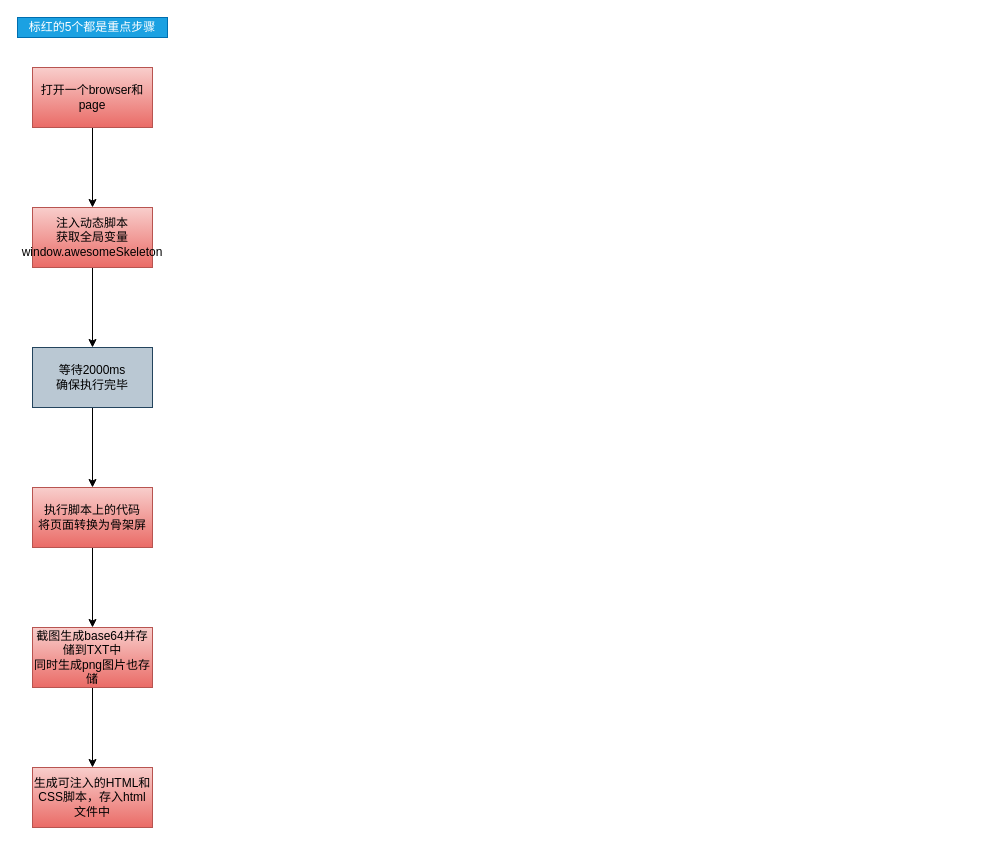
Above: page "Page-1" (2 of 2) of doc/基本流程.drawio in Cecilia-Hee/panda-skeleton (draw.io), before the change. Source tidied: cells renumbered, new cells numbered last; positions are measured from the earlier drawing's top-left corner, leaving out a move shared by most shapes. Both pictures are drawn from the tidied source at 100%, with x=0, y=0 at pixel (17, 17).
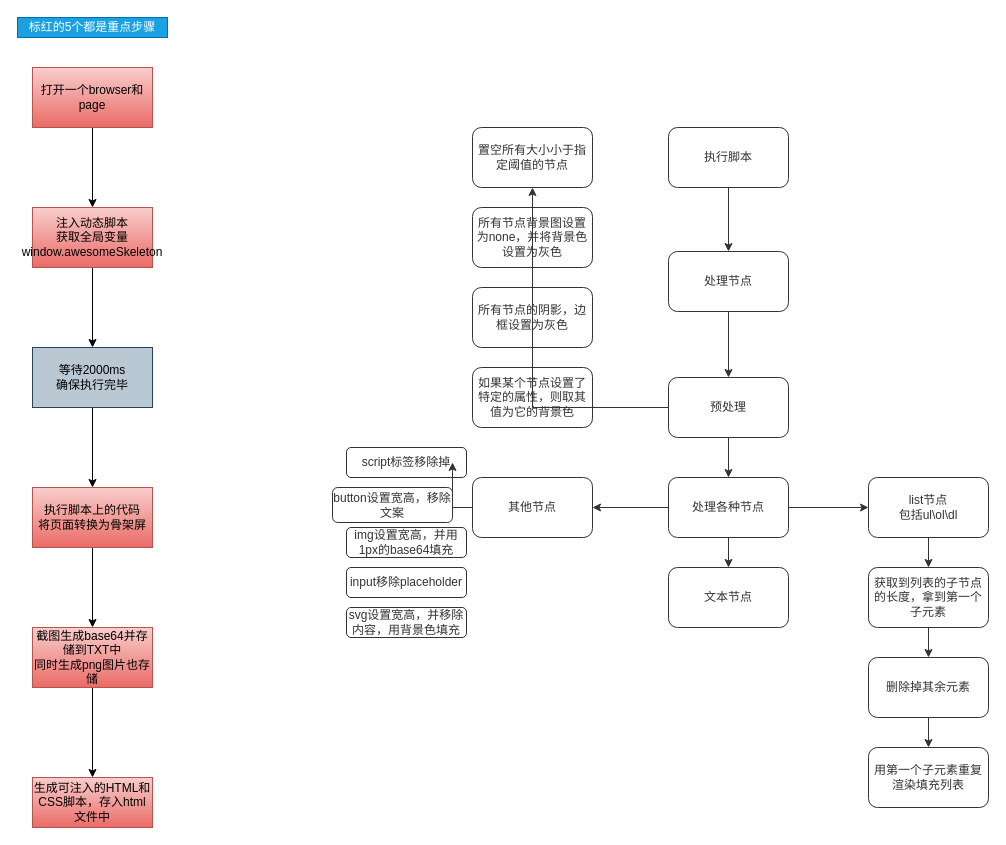
Above is the later version.

What changed in the source:
```diff
@@
     <mxCell id="12" value="生成可注入的HTML和CSS脚本，存入html文件中" style="rounded=0;whiteSpace=wrap;html=1;gradientColor=#ea6b66;fillColor=#f8cecc;strokeColor=#b85450;" parent="1" vertex="1">
-      <mxGeometry x="15" y="750" width="120" height="60" as="geometry" />
+      <mxGeometry x="15" y="760" width="120" height="50" as="geometry" />
     </mxCell>
@@
+    <mxCell id="14" style="edgeStyle=orthogonalEdgeStyle;rounded=0;jettySize=auto;html=1;fontColor=#333333;fillColor=none;strokeColor=#333333;labelBackgroundColor=none;" parent="1" edge="1" source="15" target="17">
+      <mxGeometry relative="1" as="geometry" />
+    </mxCell>
+    <mxCell id="15" value="执行脚本" style="rounded=1;whiteSpace=wrap;html=1;fillColor=none;strokeColor=#333333;fontColor=#333333;labelBackgroundColor=none;" parent="1" vertex="1">
+      <mxGeometry x="651" y="110" width="120" height="60" as="geometry" />
+    </mxCell>
+    <mxCell id="16" style="edgeStyle=orthogonalEdgeStyle;rounded=0;jettySize=auto;html=1;fontColor=#333333;fillColor=none;strokeColor=#333333;labelBackgroundColor=none;" parent="1" edge="1" source="17" target="20">
+      <mxGeometry relative="1" as="geometry" />
+    </mxCell>
+    <mxCell id="17" value="处理节点" style="rounded=1;whiteSpace=wrap;html=1;fillColor=none;strokeColor=#333333;fontColor=#333333;labelBackgroundColor=none;" parent="1" vertex="1">
+      <mxGeometry x="651" y="234" width="120" height="60" as="geometry" />
+    </mxCell>
+    <mxCell id="18" style="edgeStyle=orthogonalEdgeStyle;rounded=0;jettySize=auto;html=1;fontColor=#333333;fillColor=none;strokeColor=#333333;labelBackgroundColor=none;" parent="1" edge="1" source="20" target="36">
+      <mxGeometry relative="1" as="geometry" />
+    </mxCell>
+    <mxCell id="19" style="edgeStyle=orthogonalEdgeStyle;rounded=0;jettySize=auto;html=1;fontColor=#333333;fillColor=none;strokeColor=#333333;labelBackgroundColor=none;" parent="1" edge="1" source="20" target="24">
+      <mxGeometry relative="1" as="geometry" />
+    </mxCell>
+    <mxCell id="20" value="预处理" style="rounded=1;whiteSpace=wrap;html=1;fillColor=none;strokeColor=#333333;fontColor=#333333;labelBackgroundColor=none;" parent="1" vertex="1">
+      <mxGeometry x="651" y="360" width="120" height="60" as="geometry" />
+    </mxCell>
+    <mxCell id="21" style="edgeStyle=orthogonalEdgeStyle;rounded=0;jettySize=auto;html=1;fontColor=#333333;fillColor=none;strokeColor=#333333;labelBackgroundColor=none;" parent="1" edge="1" source="24" target="34">
+      <mxGeometry relative="1" as="geometry" />
+    </mxCell>
+    <mxCell id="22" style="edgeStyle=orthogonalEdgeStyle;rounded=0;jettySize=auto;html=1;fontColor=#333333;fillColor=none;strokeColor=#333333;labelBackgroundColor=none;" parent="1" edge="1" source="24" target="32">
+      <mxGeometry relative="1" as="geometry" />
+    </mxCell>
+    <mxCell id="23" style="edgeStyle=orthogonalEdgeStyle;rounded=0;jettySize=auto;html=1;fontColor=#333333;fillColor=none;strokeColor=#333333;labelBackgroundColor=none;" parent="1" edge="1" source="24" target="26">
+      <mxGeometry relative="1" as="geometry" />
+    </mxCell>
+    <mxCell id="24" value="处理各种节点" style="rounded=1;whiteSpace=wrap;html=1;fillColor=none;strokeColor=#333333;fontColor=#333333;labelBackgroundColor=none;" parent="1" vertex="1">
+      <mxGeometry x="651" y="460" width="120" height="60" as="geometry" />
+    </mxCell>
+    <mxCell id="25" style="edgeStyle=orthogonalEdgeStyle;rounded=0;jettySize=auto;html=1;fontColor=#333333;fillColor=none;strokeColor=#333333;labelBackgroundColor=none;" parent="1" edge="1" source="26" target="28">
+      <mxGeometry relative="1" as="geometry" />
+    </mxCell>
+    <mxCell id="26" value="list节点&lt;br&gt;包括ul\ol\dl" style="rounded=1;whiteSpace=wrap;html=1;fillColor=none;strokeColor=#333333;fontColor=#333333;labelBackgroundColor=none;" parent="1" vertex="1">
+      <mxGeometry x="851" y="460" width="120" height="60" as="geometry" />
+    </mxCell>
+    <mxCell id="27" style="edgeStyle=orthogonalEdgeStyle;rounded=0;jettySize=auto;html=1;fontColor=#333333;fillColor=none;strokeColor=#333333;labelBackgroundColor=none;" parent="1" edge="1" source="28" target="30">
+      <mxGeometry relative="1" as="geometry" />
+    </mxCell>
+    <mxCell id="28" value="获取到列表的子节点的长度，拿到第一个子元素" style="rounded=1;whiteSpace=wrap;html=1;fillColor=none;strokeColor=#333333;fontColor=#333333;labelBackgroundColor=none;" parent="1" vertex="1">
+      <mxGeometry x="851" y="550" width="120" height="60" as="geometry" />
+    </mxCell>
+    <mxCell id="29" style="edgeStyle=orthogonalEdgeStyle;rounded=0;jettySize=auto;html=1;fontColor=#333333;fillColor=none;strokeColor=#333333;labelBackgroundColor=none;" parent="1" edge="1" source="30" target="31">
+      <mxGeometry relative="1" as="geometry" />
+    </mxCell>
+    <mxCell id="30" value="删除掉其余元素" style="rounded=1;whiteSpace=wrap;html=1;fillColor=none;strokeColor=#333333;fontColor=#333333;labelBackgroundColor=none;" parent="1" vertex="1">
+      <mxGeometry x="851" y="640" width="120" height="60" as="geometry" />
+    </mxCell>
+    <mxCell id="31" value="用第一个子元素重复渲染填充列表" style="rounded=1;whiteSpace=wrap;html=1;fillColor=none;strokeColor=#333333;fontColor=#333333;labelBackgroundColor=none;" parent="1" vertex="1">
+      <mxGeometry x="851" y="730" width="120" height="60" as="geometry" />
+    </mxCell>
+    <mxCell id="32" value="文本节点" style="rounded=1;whiteSpace=wrap;html=1;fillColor=none;strokeColor=#333333;fontColor=#333333;labelBackgroundColor=none;" parent="1" vertex="1">
+      <mxGeometry x="651" y="550" width="120" height="60" as="geometry" />
+    </mxCell>
+    <mxCell id="33" style="edgeStyle=orthogonalEdgeStyle;rounded=0;jettySize=auto;html=1;fontColor=#333333;fillColor=none;strokeColor=#333333;labelBackgroundColor=none;" parent="1" edge="1" source="34" target="35">
+      <mxGeometry relative="1" as="geometry" />
+    </mxCell>
+    <mxCell id="34" value="其他节点" style="rounded=1;whiteSpace=wrap;html=1;fillColor=none;strokeColor=#333333;fontColor=#333333;labelBackgroundColor=none;" parent="1" vertex="1">
+      <mxGeometry x="455" y="460" width="120" height="60" as="geometry" />
+    </mxCell>
+    <mxCell id="35" value="script标签移除掉" style="rounded=1;whiteSpace=wrap;html=1;fillColor=none;strokeColor=#333333;fontColor=#333333;labelBackgroundColor=none;" parent="1" vertex="1">
+      <mxGeometry x="329" y="430" width="120" height="30" as="geometry" />
+    </mxCell>
+    <mxCell id="36" value="置空所有大小小于指定阈值的节点" style="rounded=1;whiteSpace=wrap;html=1;fillColor=none;strokeColor=#333333;fontColor=#333333;labelBackgroundColor=none;" parent="1" vertex="1">
+      <mxGeometry x="455" y="110" width="120" height="60" as="geometry" />
+    </mxCell>
+    <mxCell id="37" value="所有节点背景图设置为none，并将背景色设置为灰色" style="rounded=1;whiteSpace=wrap;html=1;fillColor=none;strokeColor=#333333;fontColor=#333333;labelBackgroundColor=none;" parent="1" vertex="1">
+      <mxGeometry x="455" y="190" width="120" height="60" as="geometry" />
+    </mxCell>
+    <mxCell id="38" value="所有节点的阴影，边框设置为灰色" style="rounded=1;whiteSpace=wrap;html=1;fillColor=none;strokeColor=#333333;fontColor=#333333;labelBackgroundColor=none;" parent="1" vertex="1">
+      <mxGeometry x="455" y="270" width="120" height="60" as="geometry" />
+    </mxCell>
+    <mxCell id="39" value="如果某个节点设置了特定的属性，则取其值为它的背景色" style="rounded=1;whiteSpace=wrap;html=1;fillColor=none;strokeColor=#333333;fontColor=#333333;labelBackgroundColor=none;" parent="1" vertex="1">
+      <mxGeometry x="455" y="350" width="120" height="60" as="geometry" />
+    </mxCell>
+    <mxCell id="40" value="button设置宽高，移除文案" style="rounded=1;whiteSpace=wrap;html=1;fillColor=none;strokeColor=#333333;fontColor=#333333;labelBackgroundColor=none;" parent="1" vertex="1">
+      <mxGeometry x="315" y="470" width="120" height="35" as="geometry" />
+    </mxCell>
+    <mxCell id="41" value="img设置宽高，并用1px的base64填充" style="rounded=1;whiteSpace=wrap;html=1;fillColor=none;strokeColor=#333333;fontColor=#333333;labelBackgroundColor=none;" parent="1" vertex="1">
+      <mxGeometry x="329" y="510" width="120" height="30" as="geometry" />
+    </mxCell>
+    <mxCell id="42" value="input移除placeholder" style="rounded=1;whiteSpace=wrap;html=1;fillColor=none;strokeColor=#333333;fontColor=#333333;labelBackgroundColor=none;" parent="1" vertex="1">
+      <mxGeometry x="329" y="550" width="120" height="30" as="geometry" />
+    </mxCell>
+    <mxCell id="43" value="svg设置宽高，并移除内容，用背景色填充" style="rounded=1;whiteSpace=wrap;html=1;fillColor=none;strokeColor=#333333;fontColor=#333333;labelBackgroundColor=none;" parent="1" vertex="1">
+      <mxGeometry x="329" y="590" width="120" height="30" as="geometry" />
+    </mxCell>
```
